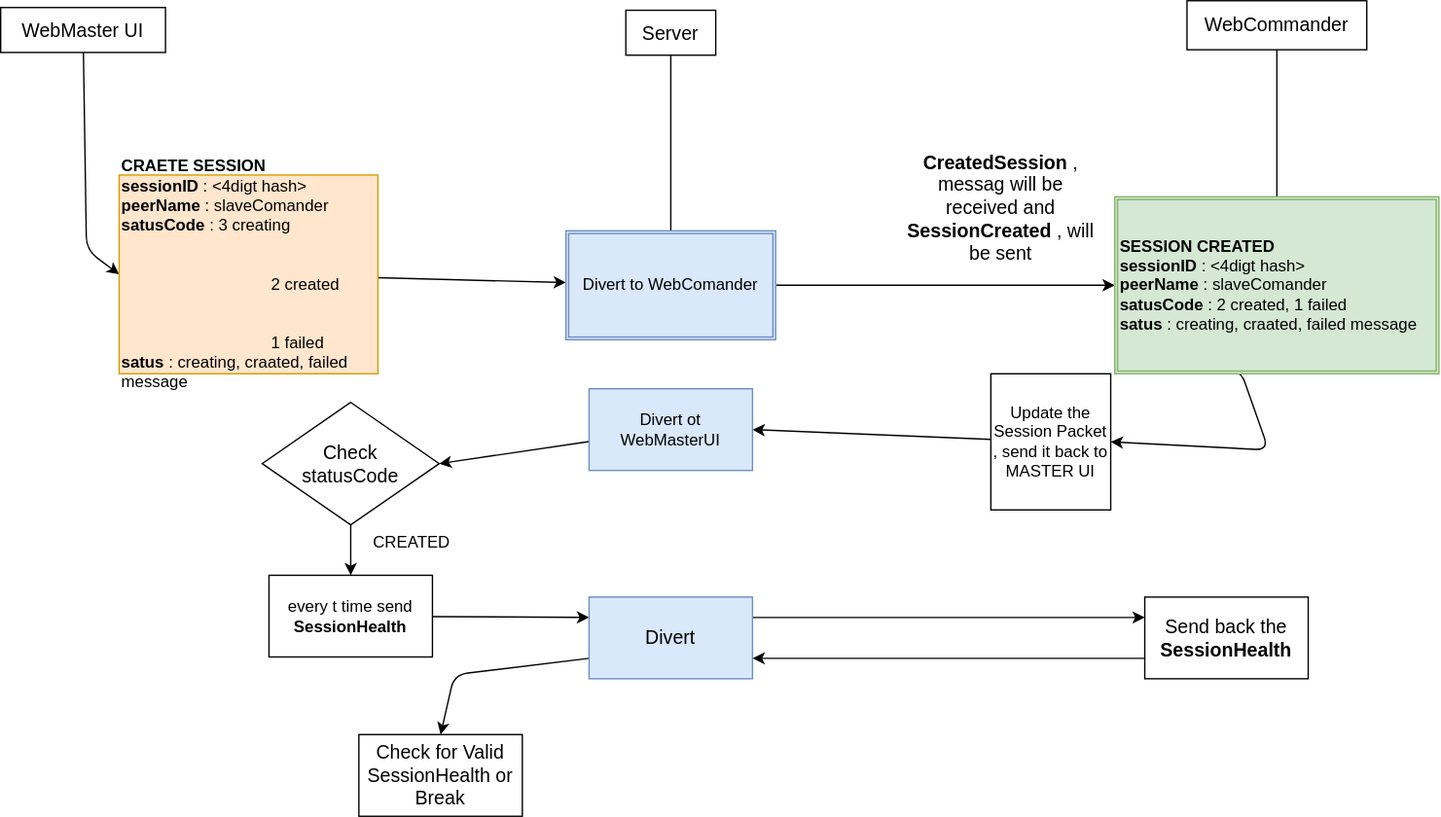
Before: draw.drawio.svg, a diagram exported from draw.io (ABugNamedBeetle/SimpleWebSocketJS). Source tidied: cells renumbered, new cells last; positions are measured from the earlier drawing's top-left corner, leaving out a move shared by most shapes.
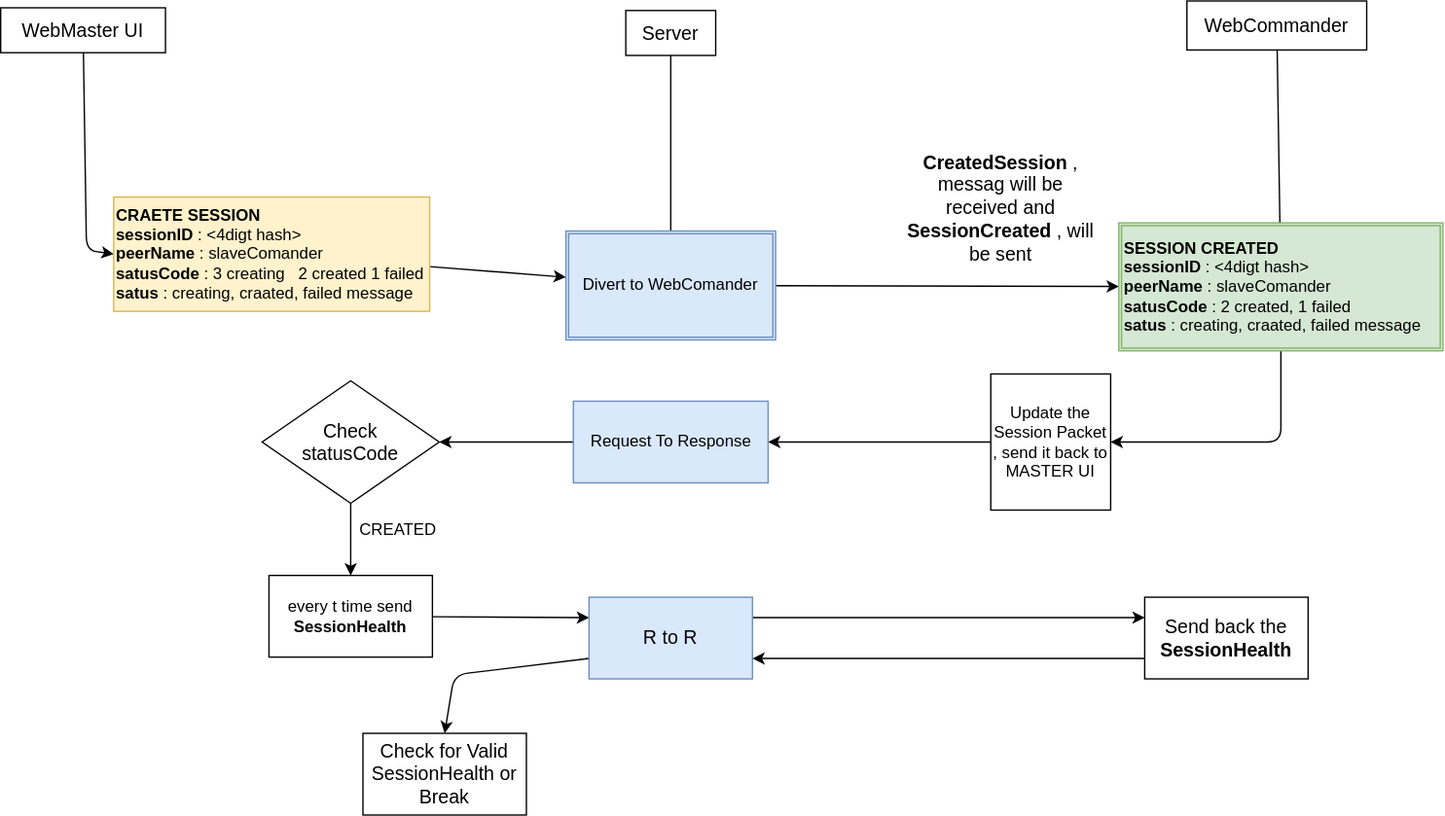
Later version of the same file.

Change to the diagram source:
```diff
@@ -21,8 +21,8 @@
     <mxCell id="6" style="edgeStyle=none;html=1;" parent="1" edge="1" source="7" target="10">
       <mxGeometry relative="1" as="geometry" />
     </mxCell>
-    <mxCell id="7" value="&lt;b&gt;CRAETE SESSION&lt;/b&gt;&lt;br&gt;&lt;b&gt;sessionID &lt;/b&gt;: &amp;lt;4digt hash&amp;gt;&lt;br&gt;&lt;b&gt;peerName&lt;/b&gt;: slaveComander&lt;br&gt;&lt;b&gt;satusCode&lt;/b&gt;: 3 creating&lt;br&gt;&lt;span style=&quot;white-space: pre;&quot;&gt;&#9;&lt;/span&gt;&lt;span style=&quot;white-space: pre;&quot;&gt;&#9;&lt;/span&gt;&amp;nbsp; &amp;nbsp;2 created&lt;br&gt;&lt;span style=&quot;white-space: pre;&quot;&gt;&#9;&lt;/span&gt;&lt;span style=&quot;white-space: pre;&quot;&gt;&#9;&amp;nbsp;&lt;/span&gt;&amp;nbsp; 1 failed&lt;br&gt;&lt;b&gt;satus&lt;/b&gt;: creating, craated, failed message&lt;br&gt;" style="rounded=0;whiteSpace=wrap;html=1;fillColor=#ffe6cc;strokeColor=#d79b00;align=left;" parent="1" vertex="1">
-      <mxGeometry x="87" y="128" width="190" height="146" as="geometry" />
+    <mxCell id="7" value="&lt;b&gt;CRAETE SESSION&lt;/b&gt;&lt;br&gt;&lt;b&gt;sessionID &lt;/b&gt;: &amp;lt;4digt hash&amp;gt;&lt;br&gt;&lt;b&gt;peerName&lt;/b&gt;: slaveComander&lt;br&gt;&lt;b&gt;satusCode&lt;/b&gt;: 3 creating&amp;nbsp; &amp;nbsp;2 created 1 failed&lt;br&gt;&lt;b&gt;satus&lt;/b&gt;: creating, craated, failed message" style="rounded=0;whiteSpace=wrap;html=1;fillColor=#fff2cc;strokeColor=#d6b656;align=left;gradientColor=none;noLabel=0;fixedWidth=1;" parent="1" vertex="1">
+      <mxGeometry x="83" y="144" width="232" height="84" as="geometry" />
     </mxCell>
     <mxCell id="8" style="edgeStyle=none;html=1;endArrow=none;" parent="1" edge="1" source="2" target="10">
       <mxGeometry relative="1" as="geometry" />
@@ -36,16 +36,15 @@
     <mxCell id="11" style="edgeStyle=none;html=1;endArrow=none;" parent="1" edge="1" source="5" target="13">
       <mxGeometry relative="1" as="geometry" />
     </mxCell>
-    <mxCell id="12" style="edgeStyle=none;html=1;exitX=0.25;exitY=1;exitDx=0;exitDy=0;entryX=1;entryY=0.5;entryDx=0;entryDy=0;" parent="1" edge="1" source="13" target="15">
+    <mxCell id="12" style="edgeStyle=none;html=1;entryX=1;entryY=0.5;entryDx=0;entryDy=0;" parent="1" edge="1" source="13" target="15">
       <mxGeometry relative="1" as="geometry">
         <Array as="points">
-          <mxPoint x="910" y="270.5" />
-          <mxPoint x="931" y="330" />
+          <mxPoint x="940" y="324" />
         </Array>
       </mxGeometry>
     </mxCell>
     <mxCell id="13" value="&lt;b&gt;SESSION CREATED&lt;/b&gt;&lt;br style=&quot;border-color: var(--border-color);&quot;&gt;&lt;b style=&quot;border-color: var(--border-color);&quot;&gt;sessionID&amp;nbsp;&lt;/b&gt;&lt;span style=&quot;&quot;&gt;: &amp;lt;4digt hash&amp;gt;&lt;/span&gt;&lt;br style=&quot;border-color: var(--border-color);&quot;&gt;&lt;b style=&quot;border-color: var(--border-color);&quot;&gt;peerName&lt;/b&gt;&lt;span style=&quot;&quot;&gt;: slaveComander&lt;/span&gt;&lt;br style=&quot;border-color: var(--border-color);&quot;&gt;&lt;b style=&quot;border-color: var(--border-color);&quot;&gt;satusCode&lt;/b&gt;&lt;span style=&quot;&quot;&gt;:&lt;/span&gt;&lt;span style=&quot;&quot;&gt;&amp;nbsp; 2 created,&amp;nbsp;&lt;/span&gt;&lt;span style=&quot;&quot;&gt;&amp;nbsp; 1 failed&lt;/span&gt;&lt;br style=&quot;border-color: var(--border-color);&quot;&gt;&lt;b style=&quot;border-color: var(--border-color);&quot;&gt;satus&lt;/b&gt;&lt;span style=&quot;&quot;&gt;: creating, craated, failed message&lt;/span&gt;" style="shape=ext;double=1;rounded=0;whiteSpace=wrap;html=1;align=left;fillColor=#d5e8d4;strokeColor=#82b366;" parent="1" vertex="1">
-      <mxGeometry x="818" y="144" width="238" height="130" as="geometry" />
+      <mxGeometry x="821" y="163" width="238" height="94" as="geometry" />
     </mxCell>
     <mxCell id="14" style="edgeStyle=none;html=1;entryX=1;entryY=0.5;entryDx=0;entryDy=0;" parent="1" edge="1" source="15" target="17">
       <mxGeometry relative="1" as="geometry" />
@@ -56,8 +55,8 @@
     <mxCell id="16" style="edgeStyle=none;html=1;entryX=1;entryY=0.5;entryDx=0;entryDy=0;" parent="1" edge="1" source="17" target="22">
       <mxGeometry relative="1" as="geometry" />
     </mxCell>
-    <mxCell id="17" value="Divert ot WebMasterUI" style="rounded=0;whiteSpace=wrap;html=1;fillColor=#dae8fc;strokeColor=#6c8ebf;" parent="1" vertex="1">
-      <mxGeometry x="432" y="285" width="120" height="60" as="geometry" />
+    <mxCell id="17" value="Request To Response" style="rounded=0;whiteSpace=wrap;html=1;fillColor=#dae8fc;strokeColor=#6c8ebf;" parent="1" vertex="1">
+      <mxGeometry x="420.5" y="294" width="143" height="60" as="geometry" />
     </mxCell>
     <mxCell id="18" style="edgeStyle=none;html=1;entryX=0;entryY=0.25;entryDx=0;entryDy=0;fontSize=14;" parent="1" edge="1" source="19" target="25">
       <mxGeometry relative="1" as="geometry" />
@@ -66,13 +65,13 @@
       <mxGeometry x="197" y="422" width="120" height="60" as="geometry" />
     </mxCell>
     <mxCell id="20" value="CREATED" style="text;html=1;strokeColor=none;fillColor=none;align=center;verticalAlign=middle;whiteSpace=wrap;rounded=0;" parent="1" vertex="1">
-      <mxGeometry x="272" y="383" width="60" height="30" as="geometry" />
+      <mxGeometry x="262" y="374" width="60" height="30" as="geometry" />
     </mxCell>
     <mxCell id="21" style="edgeStyle=none;html=1;exitX=0.5;exitY=1;exitDx=0;exitDy=0;entryX=0.5;entryY=0;entryDx=0;entryDy=0;" parent="1" edge="1" source="22" target="19">
       <mxGeometry relative="1" as="geometry" />
     </mxCell>
     <mxCell id="22" value="Check &lt;br style=&quot;font-size: 14px;&quot;&gt;statusCode&amp;nbsp;" style="rhombus;whiteSpace=wrap;html=1;fontSize=14;" parent="1" vertex="1">
-      <mxGeometry x="192" y="295" width="130" height="90" as="geometry" />
+      <mxGeometry x="192" y="279" width="130" height="90" as="geometry" />
     </mxCell>
     <mxCell id="23" style="edgeStyle=none;html=1;fontSize=14;entryX=0;entryY=0.25;entryDx=0;entryDy=0;exitX=1;exitY=0.25;exitDx=0;exitDy=0;" parent="1" edge="1" source="25" target="27">
       <mxGeometry relative="1" as="geometry" />
@@ -84,7 +83,7 @@
         </Array>
       </mxGeometry>
     </mxCell>
-    <mxCell id="25" value="Divert" style="rounded=0;whiteSpace=wrap;html=1;fontSize=14;fillColor=#dae8fc;strokeColor=#6c8ebf;" parent="1" vertex="1">
+    <mxCell id="25" value="R to R" style="rounded=0;whiteSpace=wrap;html=1;fontSize=14;fillColor=#dae8fc;strokeColor=#6c8ebf;" parent="1" vertex="1">
       <mxGeometry x="432" y="438" width="120" height="60" as="geometry" />
     </mxCell>
     <mxCell id="26" style="edgeStyle=none;html=1;exitX=0;exitY=0.75;exitDx=0;exitDy=0;entryX=1;entryY=0.75;entryDx=0;entryDy=0;fontSize=14;" parent="1" edge="1" source="27" target="25">
@@ -94,7 +93,7 @@
       <mxGeometry x="840" y="438" width="120" height="60" as="geometry" />
     </mxCell>
     <mxCell id="28" value="Check for Valid SessionHealth or Break" style="rounded=0;whiteSpace=wrap;html=1;fontSize=14;" parent="1" vertex="1">
-      <mxGeometry x="263" y="539" width="120" height="60" as="geometry" />
+      <mxGeometry x="266" y="538" width="120" height="60" as="geometry" />
     </mxCell>
     <mxCell id="29" value="&lt;b&gt;CreatedSession&lt;/b&gt;, messag will be received and &lt;b&gt;SessionCreated&lt;/b&gt;, will be sent" style="text;html=1;strokeColor=none;fillColor=none;align=center;verticalAlign=middle;whiteSpace=wrap;rounded=0;fontSize=14;" parent="1" vertex="1">
       <mxGeometry x="664" y="108" width="141" height="87" as="geometry" />
```
